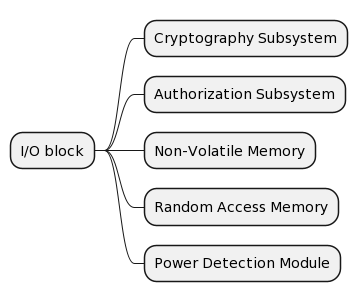
Earlier version of the PlantUML export img/tpm-arch-diagram.png (tjaros/d-thesis). Its diagram source:
```plantuml
@startmindmap
* I/O block
** Cryptography Subsystem
** Authorization Subsystem
** Non-Volatile Memory
** Random Access Memory
** Power Detection Module
@endmindmap
```
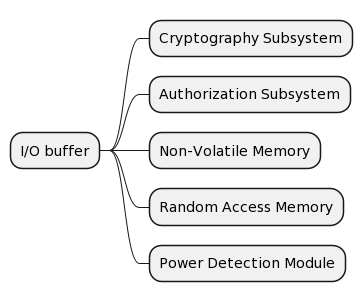
The same diagram one commit later.

Commit message:
arch done for now

What changed in the source:
```diff
@@ -1,5 +1,5 @@
 @startmindmap
-* I/O block
+* I/O buffer
 ** Cryptography Subsystem
 ** Authorization Subsystem
 ** Non-Volatile Memory
```
